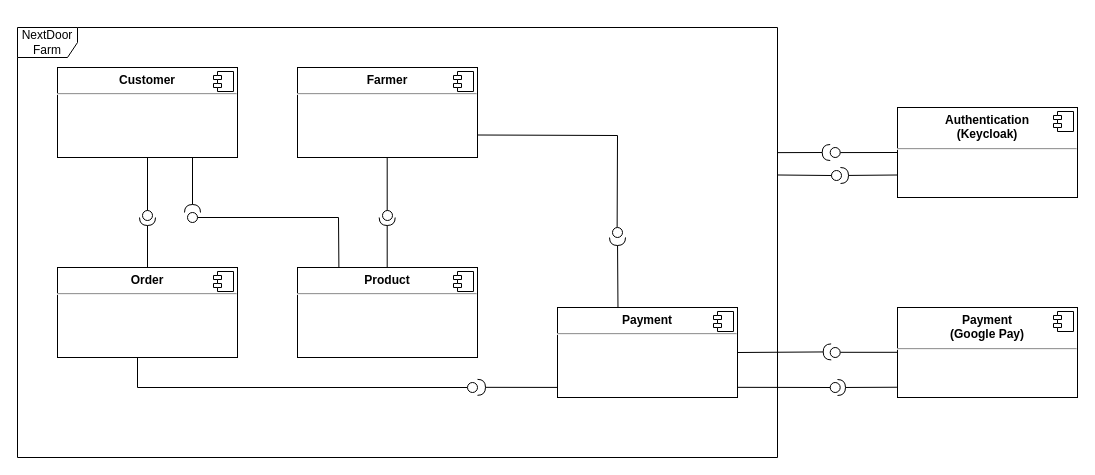
Above: page "Page-1" (1 of 4) of task8/Task 8. Resources and microservices.drawio in lianabatalova/NextDoorFarmASD (draw.io), before the change. Source tidied: cells renumbered, new cells numbered last; positions are measured from the earlier drawing's top-left corner, leaving out a move shared by most shapes. Both pictures are drawn from the tidied source at 100%, with x=0, y=0 at pixel (17, 27).
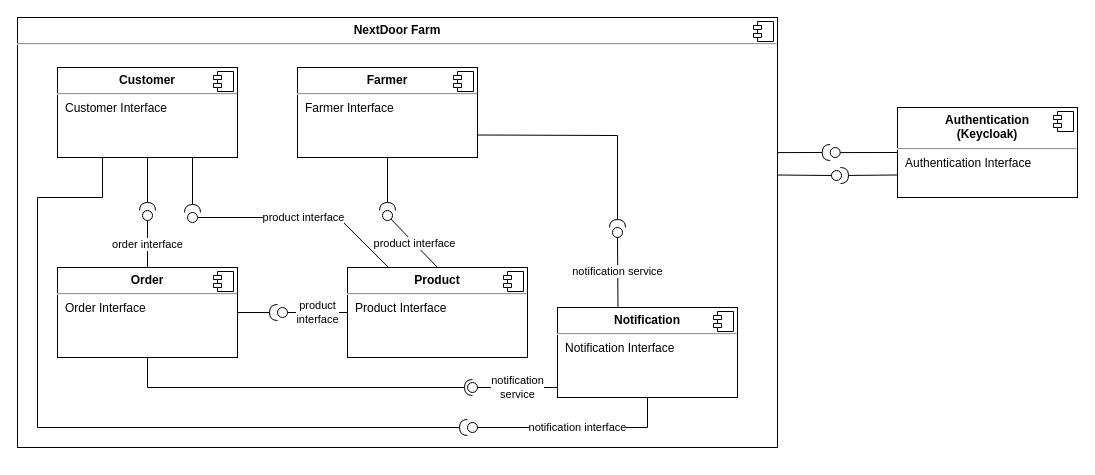
After the change.

Unchanged cells that the change refers to:
```xml
<mxCell id="19" style="ellipse;whiteSpace=wrap;html=1;align=center;points=[];outlineConnect=0;sketch=0;" parent="1" vertex="1">
  <mxGeometry x="812.7" y="120" width="10" height="10" as="geometry" />
</mxCell>
<mxCell id="27" style="ellipse;whiteSpace=wrap;html=1;align=center;points=[];outlineConnect=0;sketch=0;" parent="1" vertex="1">
  <mxGeometry x="814" y="143" width="10" height="10" as="geometry" />
</mxCell>
<mxCell id="30" style="ellipse;whiteSpace=wrap;html=1;align=center;points=[];outlineConnect=0;sketch=0;" parent="1" vertex="1">
  <mxGeometry x="125" y="183" width="10" height="10" as="geometry" />
</mxCell>
<mxCell id="33" style="ellipse;whiteSpace=wrap;html=1;align=center;points=[];outlineConnect=0;sketch=0;" parent="1" vertex="1">
  <mxGeometry x="365" y="183" width="10" height="10" as="geometry" />
</mxCell>
<mxCell id="36" style="ellipse;whiteSpace=wrap;html=1;align=center;points=[];outlineConnect=0;sketch=0;" parent="1" vertex="1">
  <mxGeometry x="450" y="355" width="10" height="10" as="geometry" />
</mxCell>
<mxCell id="39" style="ellipse;whiteSpace=wrap;html=1;align=center;points=[];outlineConnect=0;sketch=0;" parent="1" vertex="1">
  <mxGeometry x="170" y="185" width="10" height="10" as="geometry" />
</mxCell>
<mxCell id="42" style="ellipse;whiteSpace=wrap;html=1;align=center;points=[];outlineConnect=0;sketch=0;" parent="1" vertex="1">
  <mxGeometry x="595" y="200" width="10" height="10" as="geometry" />
</mxCell>
```

Change to the diagram source:
```diff
@@
-    <mxCell id="2" value="NextDoor Farm" style="shape=umlFrame;whiteSpace=wrap;html=1;" parent="1" vertex="1">
-      <mxGeometry width="760" height="430" as="geometry" />
+    <mxCell id="2" value="&lt;p style=&quot;margin: 0px ; margin-top: 6px ; text-align: center&quot;&gt;&lt;b&gt;NextDoor Farm&lt;/b&gt;&lt;/p&gt;&lt;hr&gt;&lt;p style=&quot;margin: 0px ; margin-left: 8px&quot;&gt;&lt;br&gt;&lt;/p&gt;" style="align=left;overflow=fill;html=1;" parent="1" vertex="1">
+      <mxGeometry y="-10" width="760" height="430" as="geometry" />
     </mxCell>
+    <mxCell id="44" style="shape=component;jettyWidth=8;jettyHeight=4;" parent="2" vertex="1">
+      <mxGeometry x="1" width="20" height="20" relative="1" as="geometry">
+        <mxPoint x="-24" y="4" as="offset" />
+      </mxGeometry>
+    </mxCell>
-    <mxCell id="3" value="&lt;p style=&quot;margin: 0px ; margin-top: 6px ; text-align: center&quot;&gt;&lt;b&gt;Customer&lt;/b&gt;&lt;/p&gt;&lt;hr&gt;&lt;p style=&quot;margin: 0px ; margin-left: 8px&quot;&gt;&lt;br&gt;&lt;/p&gt;" style="align=left;overflow=fill;html=1;" parent="1" vertex="1">
+    <mxCell id="3" value="&lt;p style=&quot;margin: 0px ; margin-top: 6px ; text-align: center&quot;&gt;&lt;b&gt;Customer&lt;/b&gt;&lt;/p&gt;&lt;hr&gt;&lt;p style=&quot;margin: 0px ; margin-left: 8px&quot;&gt;Customer Interface&lt;/p&gt;" style="align=left;overflow=fill;html=1;" parent="1" vertex="1">
       <mxGeometry x="40" y="40" width="180" height="90" as="geometry" />
     </mxCell>
@@
-    <mxCell id="5" value="&lt;p style=&quot;margin: 0px ; margin-top: 6px ; text-align: center&quot;&gt;&lt;b&gt;Farmer&lt;/b&gt;&lt;/p&gt;&lt;hr&gt;&lt;p style=&quot;margin: 0px ; margin-left: 8px&quot;&gt;&lt;br&gt;&lt;/p&gt;" style="align=left;overflow=fill;html=1;" parent="1" vertex="1">
+    <mxCell id="5" value="&lt;p style=&quot;margin: 0px ; margin-top: 6px ; text-align: center&quot;&gt;&lt;b&gt;Farmer&lt;/b&gt;&lt;/p&gt;&lt;hr&gt;&lt;p style=&quot;margin: 0px ; margin-left: 8px&quot;&gt;Farmer Interface&lt;/p&gt;" style="align=left;overflow=fill;html=1;" parent="1" vertex="1">
       <mxGeometry x="280" y="40" width="180" height="90" as="geometry" />
     </mxCell>
@@
-    <mxCell id="7" value="&lt;p style=&quot;margin: 0px ; margin-top: 6px ; text-align: center&quot;&gt;&lt;b&gt;Order&lt;/b&gt;&lt;/p&gt;&lt;hr&gt;&lt;p style=&quot;margin: 0px ; margin-left: 8px&quot;&gt;&lt;br&gt;&lt;/p&gt;" style="align=left;overflow=fill;html=1;" parent="1" vertex="1">
+    <mxCell id="7" value="&lt;p style=&quot;margin: 0px ; margin-top: 6px ; text-align: center&quot;&gt;&lt;b&gt;Order&lt;/b&gt;&lt;/p&gt;&lt;hr&gt;&lt;p style=&quot;margin: 0px ; margin-left: 8px&quot;&gt;Order Interface&lt;/p&gt;" style="align=left;overflow=fill;html=1;" parent="1" vertex="1">
       <mxGeometry x="40" y="240" width="180" height="90" as="geometry" />
     </mxCell>
@@
-    <mxCell id="9" value="&lt;p style=&quot;margin: 0px ; margin-top: 6px ; text-align: center&quot;&gt;&lt;b&gt;Product&lt;/b&gt;&lt;/p&gt;&lt;hr&gt;&lt;p style=&quot;margin: 0px ; margin-left: 8px&quot;&gt;&lt;br&gt;&lt;/p&gt;" style="align=left;overflow=fill;html=1;" parent="1" vertex="1">
-      <mxGeometry x="280" y="240" width="180" height="90" as="geometry" />
+    <mxCell id="9" value="&lt;p style=&quot;margin: 0px ; margin-top: 6px ; text-align: center&quot;&gt;&lt;b&gt;Product&lt;/b&gt;&lt;/p&gt;&lt;hr&gt;&lt;p style=&quot;margin: 0px ; margin-left: 8px&quot;&gt;Product Interface&lt;/p&gt;" style="align=left;overflow=fill;html=1;" parent="1" vertex="1">
+      <mxGeometry x="330" y="240" width="180" height="90" as="geometry" />
     </mxCell>
@@
-    <mxCell id="11" value="&lt;p style=&quot;margin: 0px ; margin-top: 6px ; text-align: center&quot;&gt;&lt;b&gt;Payment&lt;/b&gt;&lt;/p&gt;&lt;hr&gt;&lt;p style=&quot;margin: 0px ; margin-left: 8px&quot;&gt;&lt;br&gt;&lt;/p&gt;" style="align=left;overflow=fill;html=1;" parent="1" vertex="1">
+    <mxCell id="11" value="&lt;p style=&quot;margin: 0px ; margin-top: 6px ; text-align: center&quot;&gt;&lt;b&gt;Notification&lt;/b&gt;&lt;/p&gt;&lt;hr&gt;&lt;p style=&quot;margin: 0px ; margin-left: 8px&quot;&gt;Notification Interface&lt;/p&gt;" style="align=left;overflow=fill;html=1;" parent="1" vertex="1">
       <mxGeometry x="540" y="280" width="180" height="90" as="geometry" />
     </mxCell>
@@
-    <mxCell id="13" value="&lt;p style=&quot;margin: 0px ; margin-top: 6px ; text-align: center&quot;&gt;&lt;b&gt;Authentication &lt;br&gt;(Keycloak)&lt;/b&gt;&lt;/p&gt;&lt;hr&gt;&lt;p style=&quot;margin: 0px ; margin-left: 8px&quot;&gt;&lt;br&gt;&lt;/p&gt;" style="align=left;overflow=fill;html=1;" parent="1" vertex="1">
+    <mxCell id="13" value="&lt;p style=&quot;margin: 0px ; margin-top: 6px ; text-align: center&quot;&gt;&lt;b&gt;Authentication &lt;br&gt;(Keycloak)&lt;/b&gt;&lt;/p&gt;&lt;hr&gt;&lt;p style=&quot;margin: 0px ; margin-left: 8px&quot;&gt;Authentication Interface&lt;/p&gt;" style="align=left;overflow=fill;html=1;" parent="1" vertex="1">
       <mxGeometry x="880" y="80" width="180" height="90" as="geometry" />
     </mxCell>
@@
-    <mxCell id="15" value="&lt;p style=&quot;margin: 0px ; margin-top: 6px ; text-align: center&quot;&gt;&lt;b&gt;Payment&lt;br&gt;(Google Pay)&lt;/b&gt;&lt;/p&gt;&lt;hr&gt;&lt;p style=&quot;margin: 0px ; margin-left: 8px&quot;&gt;&lt;br&gt;&lt;/p&gt;" style="align=left;overflow=fill;html=1;" parent="1" vertex="1">
-      <mxGeometry x="880" y="280" width="180" height="90" as="geometry" />
-    </mxCell>
-    <mxCell id="16" style="shape=component;jettyWidth=8;jettyHeight=4;" parent="15" vertex="1">
-      <mxGeometry x="1" width="20" height="20" relative="1" as="geometry">
-        <mxPoint x="-24" y="4" as="offset" />
-      </mxGeometry>
-    </mxCell>
@@
-    <mxCell id="18" style="rounded=0;jettySize=auto;html=1;endArrow=halfCircle;endFill=0;endSize=6;strokeWidth=1;sketch=0;exitX=1;exitY=0.291;exitDx=0;exitDy=0;exitPerimeter=0;" parent="1" edge="1" source="2" target="19">
-      <mxGeometry relative="1" as="geometry" />
+    <mxCell id="18" style="rounded=0;jettySize=auto;html=1;endArrow=halfCircle;endFill=0;endSize=6;strokeWidth=1;sketch=0;exitX=1;exitY=0.291;exitDx=0;exitDy=0;exitPerimeter=0;" parent="1" edge="1" target="19">
+      <mxGeometry relative="1" as="geometry">
+        <mxPoint x="760" y="125.1" as="sourcePoint" />
+      </mxGeometry>
     </mxCell>
@@
-    <mxCell id="20" style="rounded=0;orthogonalLoop=1;jettySize=auto;html=1;endArrow=none;endFill=0;sketch=0;sourcePerimeterSpacing=0;targetPerimeterSpacing=0;entryX=0;entryY=0.5;entryDx=0;entryDy=0;" parent="1" edge="1">
-      <mxGeometry relative="1" as="geometry">
-        <mxPoint x="822.7" y="324.8" as="sourcePoint" />
-        <mxPoint x="880" y="324.8" as="targetPoint" />
-      </mxGeometry>
-    </mxCell>
-    <mxCell id="21" style="ellipse;whiteSpace=wrap;html=1;align=center;sketch=0;" parent="1" vertex="1">
-      <mxGeometry x="812.7" y="320" width="10" height="10" as="geometry" />
-    </mxCell>
-    <mxCell id="22" style="rounded=0;jettySize=auto;html=1;endArrow=halfCircle;endFill=0;endSize=6;strokeWidth=1;sketch=0;exitX=1;exitY=0.5;exitDx=0;exitDy=0;" parent="1" edge="1" source="11">
-      <mxGeometry relative="1" as="geometry">
-        <mxPoint x="813.7" y="324.4" as="targetPoint" />
-      </mxGeometry>
-    </mxCell>
-    <mxCell id="23" style="rounded=0;jettySize=auto;html=1;endArrow=halfCircle;endFill=0;endSize=6;strokeWidth=1;sketch=0;exitX=-0.003;exitY=0.886;exitDx=0;exitDy=0;exitPerimeter=0;" parent="1" edge="1" source="15">
-      <mxGeometry relative="1" as="geometry">
-        <mxPoint x="820" y="360" as="targetPoint" />
-      </mxGeometry>
-    </mxCell>
-    <mxCell id="24" style="ellipse;whiteSpace=wrap;html=1;align=center;points=[];outlineConnect=0;sketch=0;" parent="1" vertex="1">
-      <mxGeometry x="812.7" y="355" width="10" height="10" as="geometry" />
-    </mxCell>
-    <mxCell id="25" style="rounded=0;jettySize=auto;html=1;endArrow=none;endFill=0;sketch=0;sourcePerimeterSpacing=0;targetPerimeterSpacing=0;entryX=1.002;entryY=0.887;entryDx=0;entryDy=0;entryPerimeter=0;" parent="1" edge="1" source="24" target="11">
-      <mxGeometry relative="1" as="geometry" />
-    </mxCell>
@@
-    <mxCell id="28" style="rounded=0;jettySize=auto;html=1;endArrow=none;endFill=0;sketch=0;sourcePerimeterSpacing=0;targetPerimeterSpacing=0;entryX=1;entryY=0.343;entryDx=0;entryDy=0;entryPerimeter=0;" parent="1" edge="1" source="27" target="2">
-      <mxGeometry relative="1" as="geometry" />
+    <mxCell id="28" style="rounded=0;jettySize=auto;html=1;endArrow=none;endFill=0;sketch=0;sourcePerimeterSpacing=0;targetPerimeterSpacing=0;entryX=1;entryY=0.343;entryDx=0;entryDy=0;entryPerimeter=0;" parent="1" edge="1" source="27">
+      <mxGeometry relative="1" as="geometry">
+        <mxPoint x="760" y="147.5" as="targetPoint" />
+      </mxGeometry>
     </mxCell>
-    <mxCell id="29" style="rounded=0;jettySize=auto;html=1;endArrow=halfCircle;endFill=0;endSize=6;strokeWidth=1;sketch=0;exitX=0.5;exitY=0;exitDx=0;exitDy=0;" parent="1" edge="1" source="7">
-      <mxGeometry relative="1" as="geometry">
-        <mxPoint x="130" y="190" as="targetPoint" />
-      </mxGeometry>
+    <mxCell id="29" style="rounded=0;jettySize=auto;html=1;endArrow=halfCircle;endFill=0;endSize=6;strokeWidth=1;sketch=0;exitX=0.5;exitY=1;exitDx=0;exitDy=0;" parent="1" edge="1" source="3" target="30">
+      <mxGeometry relative="1" as="geometry" />
     </mxCell>
@@
-    <mxCell id="31" style="rounded=0;jettySize=auto;html=1;endArrow=none;endFill=0;sketch=0;sourcePerimeterSpacing=0;targetPerimeterSpacing=0;entryX=0.5;entryY=1;entryDx=0;entryDy=0;" parent="1" edge="1" source="30" target="3">
+    <mxCell id="31" value="order interface" style="rounded=0;jettySize=auto;html=1;endArrow=none;endFill=0;sketch=0;sourcePerimeterSpacing=0;targetPerimeterSpacing=0;entryX=0.5;entryY=0;entryDx=0;entryDy=0;" parent="1" edge="1" source="30" target="7">
       <mxGeometry relative="1" as="geometry" />
     </mxCell>
-    <mxCell id="32" style="rounded=0;orthogonalLoop=1;jettySize=auto;html=1;endArrow=halfCircle;endFill=0;endSize=6;strokeWidth=1;sketch=0;exitX=0.5;exitY=0;exitDx=0;exitDy=0;" parent="1" edge="1">
-      <mxGeometry relative="1" as="geometry">
-        <mxPoint x="369.7" y="240" as="sourcePoint" />
-        <mxPoint x="369.7" y="190" as="targetPoint" />
-      </mxGeometry>
+    <mxCell id="32" style="rounded=0;jettySize=auto;html=1;endArrow=halfCircle;endFill=0;endSize=6;strokeWidth=1;sketch=0;exitX=0.5;exitY=1;exitDx=0;exitDy=0;" parent="1" edge="1" source="5" target="33">
+      <mxGeometry relative="1" as="geometry" />
     </mxCell>
@@
-    <mxCell id="34" style="rounded=0;orthogonalLoop=1;jettySize=auto;html=1;endArrow=none;endFill=0;sketch=0;sourcePerimeterSpacing=0;targetPerimeterSpacing=0;entryX=0.5;entryY=1;entryDx=0;entryDy=0;" parent="1" edge="1">
-      <mxGeometry relative="1" as="geometry">
-        <mxPoint x="369.7" y="183" as="sourcePoint" />
-        <mxPoint x="369.7" y="130" as="targetPoint" />
-      </mxGeometry>
+    <mxCell id="34" value="product interface" style="rounded=0;jettySize=auto;html=1;endArrow=none;endFill=0;sketch=0;sourcePerimeterSpacing=0;targetPerimeterSpacing=0;entryX=0.5;entryY=0;entryDx=0;entryDy=0;" parent="1" edge="1" source="33" target="9">
+      <mxGeometry relative="1" as="geometry" />
     </mxCell>
-    <mxCell id="35" style="rounded=0;jettySize=auto;html=1;endArrow=none;endFill=0;sketch=0;sourcePerimeterSpacing=0;targetPerimeterSpacing=0;entryX=0.5;entryY=1;entryDx=0;entryDy=0;" parent="1" edge="1" source="36">
-      <mxGeometry relative="1" as="geometry">
-        <mxPoint x="120" y="330" as="targetPoint" />
-        <Array as="points">
-          <mxPoint x="120" y="360" />
-        </Array>
-      </mxGeometry>
-    </mxCell>
@@
-    <mxCell id="37" style="rounded=0;jettySize=auto;html=1;endArrow=halfCircle;endFill=0;endSize=6;strokeWidth=1;sketch=0;exitX=0.002;exitY=0.888;exitDx=0;exitDy=0;exitPerimeter=0;entryX=1;entryY=0.483;entryDx=0;entryDy=0;entryPerimeter=0;" parent="1" edge="1" source="11" target="36">
-      <mxGeometry relative="1" as="geometry" />
+    <mxCell id="37" style="rounded=0;jettySize=auto;html=1;endArrow=halfCircle;endFill=0;endSize=6;strokeWidth=1;sketch=0;exitX=0.5;exitY=1;exitDx=0;exitDy=0;" parent="1" edge="1" source="7">
+      <mxGeometry relative="1" as="geometry">
+        <mxPoint x="455" y="360" as="targetPoint" />
+        <Array as="points">
+          <mxPoint x="130" y="360" />
+        </Array>
+      </mxGeometry>
     </mxCell>
-    <mxCell id="38" style="rounded=0;jettySize=auto;html=1;endArrow=none;endFill=0;sketch=0;sourcePerimeterSpacing=0;targetPerimeterSpacing=0;entryX=0.23;entryY=0.005;entryDx=0;entryDy=0;entryPerimeter=0;" parent="1" edge="1" source="39" target="9">
+    <mxCell id="38" value="product interface" style="rounded=0;jettySize=auto;html=1;endArrow=none;endFill=0;sketch=0;sourcePerimeterSpacing=0;targetPerimeterSpacing=0;entryX=0.23;entryY=0.005;entryDx=0;entryDy=0;entryPerimeter=0;" parent="1" edge="1" source="39" target="9">
       <mxGeometry relative="1" as="geometry">
         <Array as="points">
           <mxPoint x="321" y="190" />
         </Array>
       </mxGeometry>
     </mxCell>
@@
-    <mxCell id="41" style="rounded=0;jettySize=auto;html=1;endArrow=none;endFill=0;sketch=0;sourcePerimeterSpacing=0;targetPerimeterSpacing=0;entryX=1;entryY=0.75;entryDx=0;entryDy=0;exitX=0.789;exitY=0.465;exitDx=0;exitDy=0;exitPerimeter=0;" parent="1" edge="1" source="2" target="5">
-      <mxGeometry relative="1" as="geometry">
-        <Array as="points">
-          <mxPoint x="600" y="108" />
-        </Array>
-      </mxGeometry>
-    </mxCell>
@@
-    <mxCell id="43" style="rounded=0;jettySize=auto;html=1;endArrow=halfCircle;endFill=0;endSize=6;strokeWidth=1;sketch=0;exitX=0.336;exitY=-0.001;exitDx=0;exitDy=0;exitPerimeter=0;" parent="1" edge="1" source="11" target="42">
-      <mxGeometry relative="1" as="geometry" />
+    <mxCell id="43" style="rounded=0;jettySize=auto;html=1;endArrow=halfCircle;endFill=0;endSize=6;strokeWidth=1;sketch=0;exitX=1;exitY=0.75;exitDx=0;exitDy=0;" parent="1" edge="1" source="5" target="42">
+      <mxGeometry relative="1" as="geometry">
+        <Array as="points">
+          <mxPoint x="600" y="108" />
+        </Array>
+      </mxGeometry>
     </mxCell>
+    <mxCell id="45" style="ellipse;whiteSpace=wrap;html=1;align=center;points=[];outlineConnect=0;sketch=0;" parent="1" vertex="1">
+      <mxGeometry x="450" y="395" width="10" height="10" as="geometry" />
+    </mxCell>
+    <mxCell id="46" style="rounded=0;jettySize=auto;html=1;endArrow=halfCircle;endFill=0;endSize=6;strokeWidth=1;sketch=0;exitX=0.25;exitY=1;exitDx=0;exitDy=0;" parent="1" edge="1" source="3">
+      <mxGeometry relative="1" as="geometry">
+        <mxPoint x="450" y="400" as="targetPoint" />
+        <Array as="points">
+          <mxPoint x="85" y="170" />
+          <mxPoint x="20" y="170" />
+          <mxPoint x="20" y="400" />
+        </Array>
+      </mxGeometry>
+    </mxCell>
+    <mxCell id="47" value="product &lt;br&gt;interface" style="rounded=0;jettySize=auto;html=1;endArrow=none;endFill=0;sketch=0;targetPerimeterSpacing=0;entryX=0;entryY=0.5;entryDx=0;entryDy=0;startArrow=none;" parent="1" edge="1" source="48" target="9">
+      <mxGeometry relative="1" as="geometry" />
+    </mxCell>
+    <mxCell id="48" style="ellipse;whiteSpace=wrap;html=1;align=center;points=[];outlineConnect=0;sketch=0;" parent="1" vertex="1">
+      <mxGeometry x="260" y="280" width="10" height="10" as="geometry" />
+    </mxCell>
+    <mxCell id="49" style="rounded=0;jettySize=auto;html=1;endArrow=halfCircle;endFill=0;endSize=6;strokeWidth=1;sketch=0;exitX=1;exitY=0.5;exitDx=0;exitDy=0;" parent="1" edge="1" source="7">
+      <mxGeometry relative="1" as="geometry">
+        <mxPoint x="260" y="285" as="targetPoint" />
+        <Array as="points">
+          <mxPoint x="260" y="285" />
+        </Array>
+      </mxGeometry>
+    </mxCell>
+    <mxCell id="50" value="notification interface" style="rounded=0;jettySize=auto;html=1;endArrow=none;endFill=0;sketch=0;sourcePerimeterSpacing=0;targetPerimeterSpacing=0;entryX=0.5;entryY=1;entryDx=0;entryDy=0;" parent="1" edge="1" source="45" target="11">
+      <mxGeometry relative="1" as="geometry">
+        <Array as="points">
+          <mxPoint x="630" y="400" />
+        </Array>
+      </mxGeometry>
+    </mxCell>
+    <mxCell id="51" value="notification&lt;br&gt;service" style="rounded=0;jettySize=auto;html=1;endArrow=none;endFill=0;sketch=0;sourcePerimeterSpacing=0;targetPerimeterSpacing=0;entryX=0.001;entryY=0.889;entryDx=0;entryDy=0;entryPerimeter=0;" parent="1" edge="1" source="36" target="11">
+      <mxGeometry relative="1" as="geometry">
+        <Array as="points">
+          <mxPoint x="520" y="360" />
+        </Array>
+      </mxGeometry>
+    </mxCell>
+    <mxCell id="52" value="notification service" style="rounded=0;jettySize=auto;html=1;endArrow=none;endFill=0;sketch=0;sourcePerimeterSpacing=0;targetPerimeterSpacing=0;exitX=0.336;exitY=-0.007;exitDx=0;exitDy=0;exitPerimeter=0;" parent="1" edge="1" source="11" target="42">
+      <mxGeometry relative="1" as="geometry" />
+    </mxCell>
```
